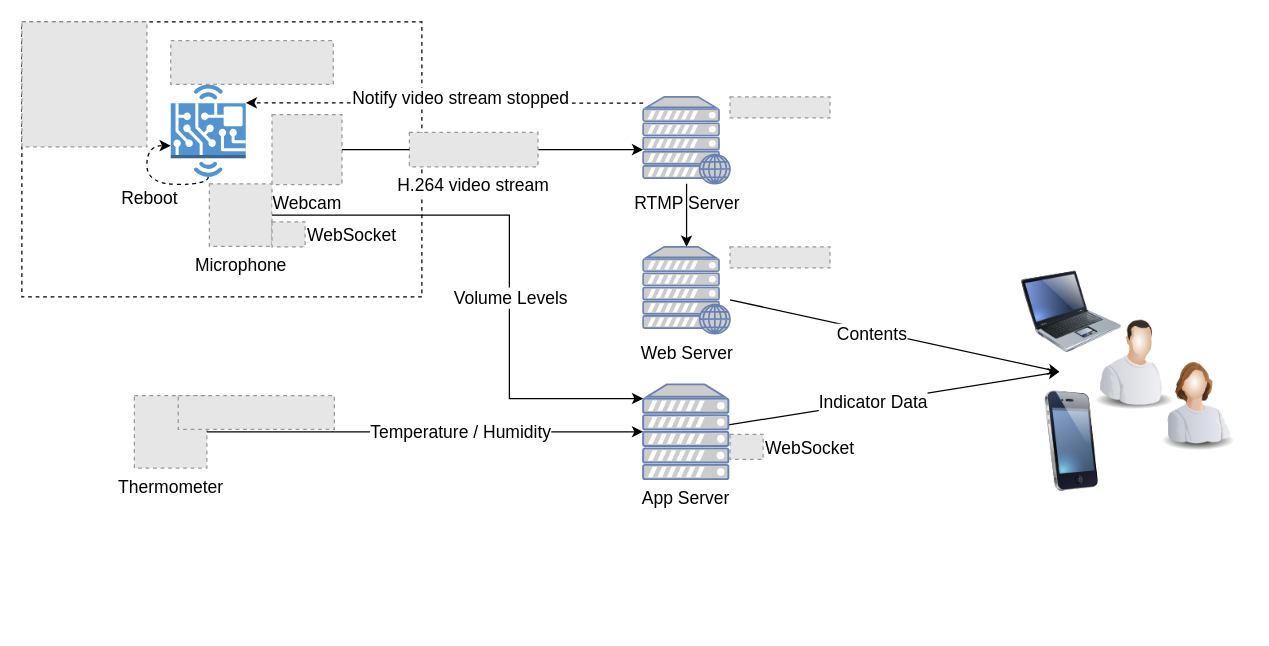
This is .figures/architecture.drawio from tissueMO/baby-cam, a draw.io file, before an edit. Source tidied: cells renumbered, new cells numbered last; positions are measured from the earlier drawing's top-left corner, leaving out a move shared by most shapes. Both pictures are drawn from the tidied source at 125%, with x=0, y=0 at pixel (21, 21). Pictures stored in the file or linked from it are replaced by grey dashed boxes.
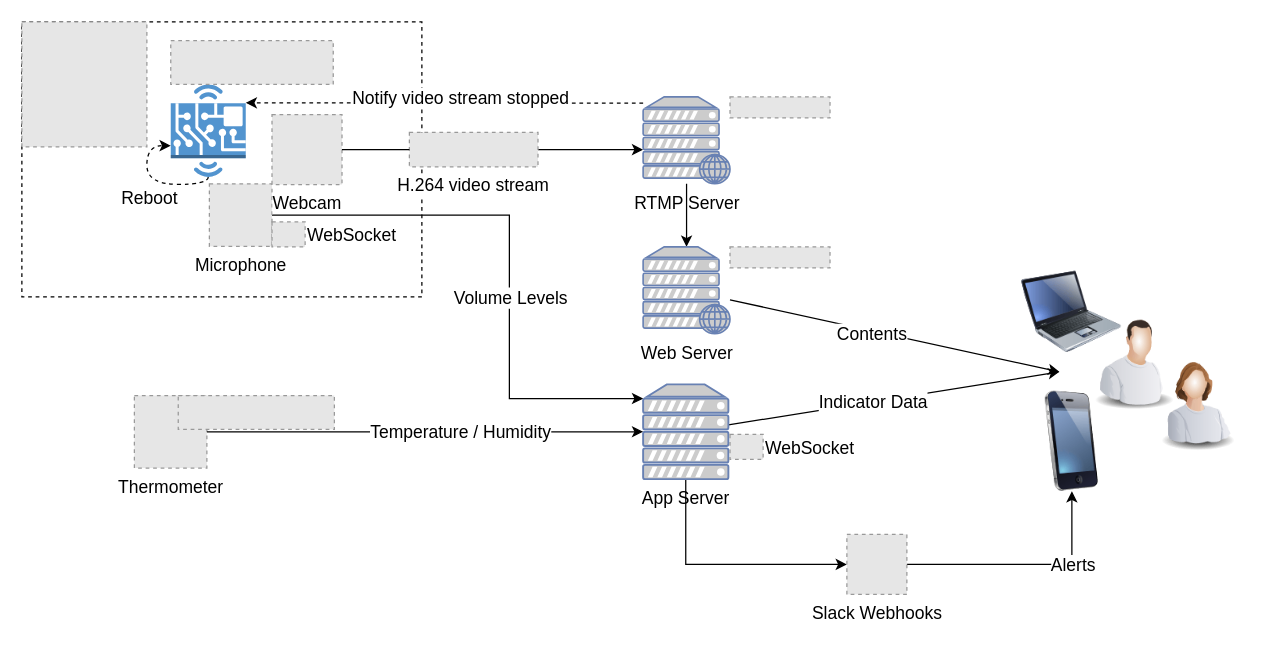
The same page after the edit.

The change refers to these unchanged cells:
```xml
<mxCell id="9" value="App Server" style="fontColor=#000000;verticalAlign=top;verticalLabelPosition=bottom;labelPosition=center;align=center;html=1;outlineConnect=0;fillColor=#CCCCCC;strokeColor=#6881B3;gradientColor=none;gradientDirection=north;strokeWidth=2;shape=mxgraph.networks.server;fontSize=14;" parent="1" vertex="1">
  <mxGeometry x="497" y="290" width="68.2" height="75.8" as="geometry" />
</mxCell>
<mxCell id="36" style="image;html=1;image=img/lib/clip_art/telecommunication/iPhone_128x128.png;fontSize=14;" parent="34" vertex="1">
  <mxGeometry y="103.5" width="80" height="80" as="geometry" />
</mxCell>
```

What changed in the source:
```diff
@@
+    <mxCell id="41" style="edgeStyle=orthogonalEdgeStyle;rounded=0;jettySize=auto;html=1;entryX=0;entryY=0.5;entryDx=0;entryDy=0;" parent="1" edge="1" source="9" target="44">
+      <mxGeometry relative="1" as="geometry">
+        <Array as="points">
+          <mxPoint x="531" y="434" />
+        </Array>
+      </mxGeometry>
+    </mxCell>
@@
+    <mxCell id="42" style="edgeStyle=orthogonalEdgeStyle;rounded=0;jettySize=auto;html=1;" parent="1" edge="1" source="44" target="36">
+      <mxGeometry relative="1" as="geometry" />
+    </mxCell>
+    <mxCell id="43" value="Alerts" style="edgeLabel;html=1;align=center;verticalAlign=middle;fontSize=14;" parent="42" vertex="1">
+      <mxGeometry x="0.58" y="-1" relative="1" as="geometry">
+        <mxPoint x="-1" y="18" as="offset" />
+      </mxGeometry>
+    </mxCell>
+    <mxCell id="44" value="Slack Webhooks" style="fillColor=#E6E6E6;strokeColor=#999999;dashed=1;html=1;verticalAlign=top;verticalLabelPosition=bottom;labelBackgroundColor=#ffffff;labelPosition=center;align=center;spacingRight=0;spacingLeft=0;fontSize=14;" parent="1" vertex="1">
+      <mxGeometry x="660" y="410" width="48" height="48" as="geometry" />
+    </mxCell>
```
